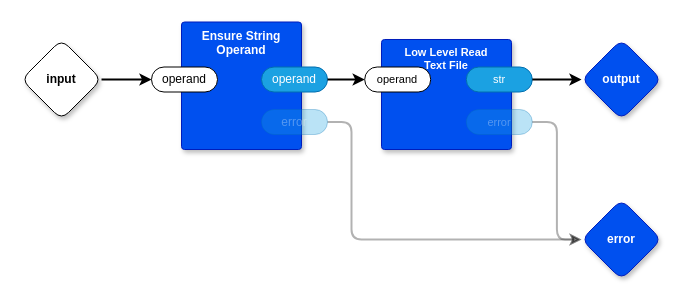
This is page "Read Text File" (15 of 15) of find-and-replace.drawio from guitarvydas/find-and-replace, a draw.io file, before an edit. Source tidied: cells renumbered, new cells numbered last; positions are measured from the earlier drawing's top-left corner, leaving out a move shared by most shapes. Both pictures are drawn from the tidied source at 100%, with x=0, y=0 at pixel (21, 21).
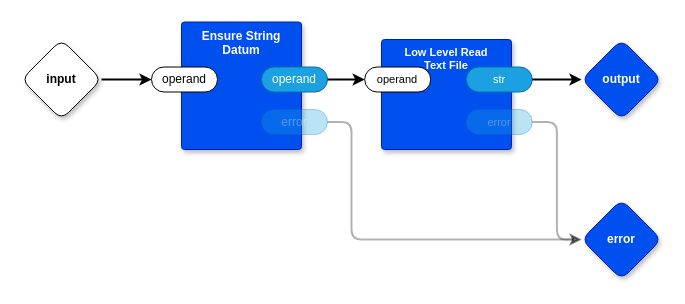
The same diagram, later.

What changed in the source:
```diff
@@
 <mxGraphModel>
   <root>
     <mxCell id="0" />
     <mxCell id="1" parent="0" />
-    <mxCell id="2" value="Ensure String Operand" style="rounded=1;whiteSpace=wrap;html=1;sketch=0;verticalAlign=top;arcSize=6;fontStyle=1;absoluteArcSize=1;shadow=1;strokeColor=#001DBC;fillColor=#0050ef;fontColor=#ffffff;" parent="1" vertex="1">
+    <mxCell id="2" value="Ensure String Datum" style="rounded=1;whiteSpace=wrap;html=1;sketch=0;verticalAlign=top;arcSize=6;fontStyle=1;absoluteArcSize=1;shadow=1;strokeColor=#001DBC;fillColor=#0050ef;fontColor=#ffffff;" parent="1" vertex="1">
       <mxGeometry x="160" y="0.5" width="120" height="127.5" as="geometry" />
     </mxCell>
     <mxCell id="3" value="operand" style="rounded=1;whiteSpace=wrap;html=1;sketch=0;points=[[0,0.5,0,0,0],[1,0.5,0,0,0]];arcSize=50;" parent="2" vertex="1">
       <mxGeometry x="-30" y="45" width="66" height="25" as="geometry" />
     </mxCell>
     <mxCell id="4" value="operand" style="rounded=1;whiteSpace=wrap;html=1;sketch=0;points=[[0,0.5,0,0,0],[1,0.5,0,0,0]];fillColor=#1ba1e2;fontColor=#ffffff;strokeColor=#006EAF;arcSize=50;" parent="2" vertex="1">
       <mxGeometry x="80" y="45" width="66" height="25" as="geometry" />
     </mxCell>
     <mxCell id="5" value="Low Level Read &lt;br&gt;Text File" style="rounded=1;whiteSpace=wrap;html=1;sketch=0;verticalAlign=top;arcSize=6;fontStyle=1;absoluteArcSize=1;shadow=1;strokeColor=#001DBC;fillColor=#0050ef;fontColor=#ffffff;fontFamily=Helvetica;fontSize=11;" parent="1" vertex="1">
       <mxGeometry x="360" y="18" width="130" height="110" as="geometry" />
     </mxCell>
     <mxCell id="6" value="operand" style="rounded=1;whiteSpace=wrap;html=1;sketch=0;points=[[0,0.5,0,0,0],[1,0.5,0,0,0]];arcSize=50;fontFamily=Helvetica;fontSize=11;fontColor=default;" parent="5" vertex="1">
       <mxGeometry x="-16.8" y="27.5" width="66" height="25" as="geometry" />
     </mxCell>
     <mxCell id="7" value="str" style="rounded=1;whiteSpace=wrap;html=1;sketch=0;points=[[0,0.5,0,0,0],[1,0.5,0,0,0]];fillColor=#1ba1e2;fontColor=#ffffff;strokeColor=#006EAF;arcSize=50;fontFamily=Helvetica;fontSize=11;" parent="5" vertex="1">
       <mxGeometry x="84.8" y="27.5" width="66" height="25" as="geometry" />
     </mxCell>
     <mxCell id="8" value="error" style="rounded=1;whiteSpace=wrap;html=1;sketch=0;points=[[0,0.5,0,0,0],[1,0.5,0,0,0]];fillColor=#1ba1e2;fontColor=#ffffff;strokeColor=#006EAF;arcSize=50;fontFamily=Helvetica;fontSize=11;textOpacity=30;opacity=30;" parent="5" vertex="1">
       <mxGeometry x="84.8" y="70" width="66" height="25" as="geometry" />
     </mxCell>
     <mxCell id="9" style="edgeStyle=orthogonalEdgeStyle;rounded=1;jettySize=auto;html=1;exitX=1;exitY=0.5;exitDx=0;exitDy=0;exitPerimeter=0;strokeWidth=2;" parent="1" edge="1" source="4" target="6">
       <mxGeometry relative="1" as="geometry" />
     </mxCell>
     <mxCell id="10" style="edgeStyle=orthogonalEdgeStyle;shape=connector;rounded=1;jettySize=auto;html=1;exitX=1;exitY=0.5;exitDx=0;exitDy=0;exitPerimeter=0;labelBackgroundColor=default;strokeColor=default;strokeWidth=2;fontFamily=Helvetica;fontSize=11;fontColor=default;endArrow=classic;entryX=0;entryY=0.5;entryDx=0;entryDy=0;entryPerimeter=0;opacity=30;" parent="1" edge="1" source="11" target="16">
       <mxGeometry relative="1" as="geometry">
         <Array as="points">
           <mxPoint x="330" y="101" />
           <mxPoint x="330" y="218" />
         </Array>
       </mxGeometry>
     </mxCell>
     <mxCell id="11" value="error" style="rounded=1;whiteSpace=wrap;html=1;sketch=0;points=[[0,0.5,0,0,0],[1,0.5,0,0,0]];fillColor=#1ba1e2;fontColor=#ffffff;strokeColor=#006EAF;arcSize=50;opacity=30;textOpacity=30;" parent="1" vertex="1">
       <mxGeometry x="240" y="88" width="66" height="25" as="geometry" />
     </mxCell>
     <mxCell id="12" style="edgeStyle=orthogonalEdgeStyle;shape=connector;rounded=1;jettySize=auto;html=1;entryX=0;entryY=0.5;entryDx=0;entryDy=0;entryPerimeter=0;labelBackgroundColor=default;strokeColor=default;strokeWidth=2;fontFamily=Helvetica;fontSize=11;fontColor=default;endArrow=classic;" parent="1" edge="1" source="13" target="3">
       <mxGeometry relative="1" as="geometry" />
     </mxCell>
     <mxCell id="13" value="input" style="rhombus;whiteSpace=wrap;html=1;rounded=1;fontStyle=1;glass=0;sketch=0;fontSize=12;points=[[0,0.5,0,0,0],[0.5,0,0,0,0],[0.5,1,0,0,0],[1,0.5,0,0,0]];shadow=1;fontFamily=Helvetica;fontColor=default;" parent="1" vertex="1">
       <mxGeometry y="18" width="80" height="80" as="geometry" />
     </mxCell>
     <mxCell id="14" value="output" style="rhombus;whiteSpace=wrap;html=1;rounded=1;fillColor=#0050ef;fontColor=#ffffff;strokeColor=#001DBC;fontStyle=1;glass=0;sketch=0;fontSize=12;points=[[0,0.5,0,0,0],[0.5,0,0,0,0],[0.5,1,0,0,0],[1,0.5,0,0,0]];shadow=1;fontFamily=Helvetica;" parent="1" vertex="1">
       <mxGeometry x="560" y="18" width="80" height="80" as="geometry" />
     </mxCell>
     <mxCell id="15" style="edgeStyle=orthogonalEdgeStyle;shape=connector;rounded=1;jettySize=auto;html=1;exitX=1;exitY=0.5;exitDx=0;exitDy=0;exitPerimeter=0;entryX=0;entryY=0.5;entryDx=0;entryDy=0;entryPerimeter=0;labelBackgroundColor=default;strokeColor=default;strokeWidth=2;fontFamily=Helvetica;fontSize=11;fontColor=default;endArrow=classic;" parent="1" edge="1" source="7" target="14">
       <mxGeometry relative="1" as="geometry" />
     </mxCell>
     <mxCell id="16" value="error" style="rhombus;whiteSpace=wrap;html=1;rounded=1;fillColor=#0050ef;fontColor=#ffffff;strokeColor=#001DBC;fontStyle=1;glass=0;sketch=0;fontSize=12;points=[[0,0.5,0,0,0],[0.5,0,0,0,0],[0.5,1,0,0,0],[1,0.5,0,0,0]];shadow=1;fontFamily=Helvetica;" parent="1" vertex="1">
       <mxGeometry x="560" y="178" width="80" height="80" as="geometry" />
     </mxCell>
     <mxCell id="17" style="edgeStyle=orthogonalEdgeStyle;shape=connector;rounded=1;jettySize=auto;html=1;exitX=1;exitY=0.5;exitDx=0;exitDy=0;exitPerimeter=0;entryX=0;entryY=0.5;entryDx=0;entryDy=0;entryPerimeter=0;labelBackgroundColor=default;strokeColor=default;strokeWidth=2;fontFamily=Helvetica;fontSize=11;fontColor=default;endArrow=classic;opacity=30;" parent="1" edge="1" source="8" target="16">
       <mxGeometry relative="1" as="geometry" />
     </mxCell>
   </root>
 </mxGraphModel>
```
